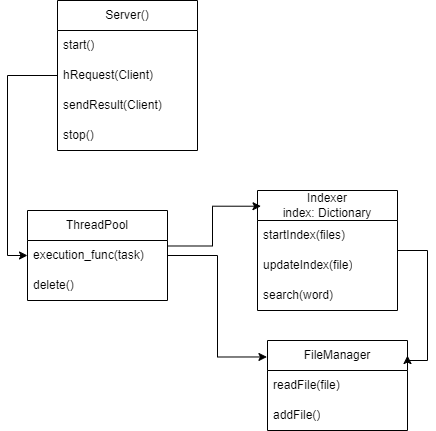
The draw.io diagram UML/class.drawio.png in AlleinaZh/coursework-pc, before a commit. Source tidied: cells renumbered, new cells last; positions are measured from the earlier drawing's top-left corner, leaving out a move shared by most shapes. The source it was exported from:
```xml
<mxGraphModel>
  <root>
    <mxCell id="0" />
    <mxCell id="1" parent="0" />
    <mxCell id="2" value="&lt;div&gt;Indexer&lt;/div&gt;&lt;div&gt;index: Dictionary&lt;/div&gt;" style="swimlane;fontStyle=0;horizontal=1;startSize=30;whiteSpace=wrap;html=1;" parent="1" vertex="1">
      <mxGeometry x="230" y="190" width="140" height="120" as="geometry" />
    </mxCell>
    <mxCell id="3" value="startIndex(files)" style="text;strokeColor=none;fillColor=none;align=left;verticalAlign=middle;spacingLeft=4;spacingRight=4;overflow=hidden;whiteSpace=wrap;html=1;" parent="2" vertex="1">
      <mxGeometry y="30" width="140" height="30" as="geometry" />
    </mxCell>
    <mxCell id="4" value="updateIndex(file)" style="text;strokeColor=none;fillColor=none;align=left;verticalAlign=middle;spacingLeft=4;spacingRight=4;overflow=hidden;whiteSpace=wrap;html=1;" parent="2" vertex="1">
      <mxGeometry y="60" width="140" height="30" as="geometry" />
    </mxCell>
    <mxCell id="5" value="search(word)" style="text;strokeColor=none;fillColor=none;align=left;verticalAlign=middle;spacingLeft=4;spacingRight=4;overflow=hidden;whiteSpace=wrap;html=1;" parent="2" vertex="1">
      <mxGeometry y="90" width="140" height="30" as="geometry" />
    </mxCell>
    <mxCell id="6" value="FileManager" style="swimlane;fontStyle=0;horizontal=1;startSize=30;whiteSpace=wrap;html=1;" parent="1" vertex="1">
      <mxGeometry x="240" y="340" width="140" height="90" as="geometry" />
    </mxCell>
    <mxCell id="7" value="readFile(file)" style="text;strokeColor=none;fillColor=none;align=left;verticalAlign=middle;spacingLeft=4;spacingRight=4;overflow=hidden;whiteSpace=wrap;html=1;" parent="6" vertex="1">
      <mxGeometry y="30" width="140" height="30" as="geometry" />
    </mxCell>
    <mxCell id="8" value="addFile()" style="text;strokeColor=none;fillColor=none;align=left;verticalAlign=middle;spacingLeft=4;spacingRight=4;overflow=hidden;whiteSpace=wrap;html=1;" parent="6" vertex="1">
      <mxGeometry y="60" width="140" height="30" as="geometry" />
    </mxCell>
    <mxCell id="9" value="ThreadPool" style="swimlane;fontStyle=0;horizontal=1;startSize=30;whiteSpace=wrap;html=1;" parent="1" vertex="1">
      <mxGeometry y="210" width="140" height="90" as="geometry" />
    </mxCell>
    <mxCell id="10" value="execution_func(task)" style="text;strokeColor=none;fillColor=none;align=left;verticalAlign=middle;spacingLeft=4;spacingRight=4;overflow=hidden;points=[[0,0.5],[1,0.5]];portConstraint=eastwest;whiteSpace=wrap;html=1;" parent="9" vertex="1">
      <mxGeometry y="30" width="140" height="30" as="geometry" />
    </mxCell>
    <mxCell id="11" value="delete()" style="text;strokeColor=none;fillColor=none;align=left;verticalAlign=middle;spacingLeft=4;spacingRight=4;overflow=hidden;whiteSpace=wrap;html=1;" parent="9" vertex="1">
      <mxGeometry y="60" width="140" height="30" as="geometry" />
    </mxCell>
    <mxCell id="12" value="Server()" style="swimlane;fontStyle=0;horizontal=1;startSize=30;whiteSpace=wrap;html=1;" parent="1" vertex="1">
      <mxGeometry x="30" width="140" height="150" as="geometry" />
    </mxCell>
    <mxCell id="13" value="start()" style="text;strokeColor=none;fillColor=none;align=left;verticalAlign=middle;spacingLeft=4;spacingRight=4;overflow=hidden;whiteSpace=wrap;html=1;" parent="12" vertex="1">
      <mxGeometry y="30" width="140" height="30" as="geometry" />
    </mxCell>
    <mxCell id="14" value="hRequest(Client)" style="text;strokeColor=none;fillColor=none;align=left;verticalAlign=middle;spacingLeft=4;spacingRight=4;overflow=hidden;points=[[0,0.5],[1,0.5]];portConstraint=eastwest;whiteSpace=wrap;html=1;" parent="12" vertex="1">
      <mxGeometry y="60" width="140" height="30" as="geometry" />
    </mxCell>
    <mxCell id="15" value="sendResult(Client)" style="text;strokeColor=none;fillColor=none;align=left;verticalAlign=middle;spacingLeft=4;spacingRight=4;overflow=hidden;whiteSpace=wrap;html=1;" parent="12" vertex="1">
      <mxGeometry y="90" width="140" height="30" as="geometry" />
    </mxCell>
    <mxCell id="16" value="stop()" style="text;strokeColor=none;fillColor=none;align=left;verticalAlign=middle;spacingLeft=4;spacingRight=4;overflow=hidden;whiteSpace=wrap;html=1;" parent="12" vertex="1">
      <mxGeometry y="120" width="140" height="30" as="geometry" />
    </mxCell>
    <mxCell id="17" style="edgeStyle=orthogonalEdgeStyle;rounded=0;jettySize=auto;html=1;entryX=0;entryY=0.5;entryDx=0;entryDy=0;" parent="1" edge="1" source="14" target="9">
      <mxGeometry relative="1" as="geometry" />
    </mxCell>
    <mxCell id="18" style="edgeStyle=orthogonalEdgeStyle;rounded=0;jettySize=auto;html=1;entryX=0.025;entryY=0.131;entryDx=0;entryDy=0;entryPerimeter=0;exitX=1.004;exitY=0.183;exitDx=0;exitDy=0;exitPerimeter=0;" parent="1" edge="1" source="10" target="2">
      <mxGeometry relative="1" as="geometry" />
    </mxCell>
    <mxCell id="19" style="edgeStyle=orthogonalEdgeStyle;rounded=0;jettySize=auto;html=1;entryX=1;entryY=0.167;entryDx=0;entryDy=0;entryPerimeter=0;" parent="1" edge="1" source="2" target="6">
      <mxGeometry relative="1" as="geometry">
        <Array as="points">
          <mxPoint x="400" y="250" />
          <mxPoint x="400" y="360" />
        </Array>
      </mxGeometry>
    </mxCell>
    <mxCell id="20" style="edgeStyle=orthogonalEdgeStyle;rounded=0;jettySize=auto;html=1;entryX=-0.004;entryY=0.183;entryDx=0;entryDy=0;entryPerimeter=0;" parent="1" edge="1" source="10" target="6">
      <mxGeometry relative="1" as="geometry" />
    </mxCell>
  </root>
</mxGraphModel>
```
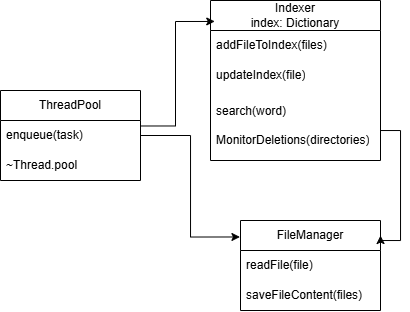
The same file after the commit.

The edit, as a diff of the source:
```diff
@@ -3,16 +3,16 @@
     <mxCell id="0" />
     <mxCell id="1" parent="0" />
     <mxCell id="2" value="&lt;div&gt;Indexer&lt;/div&gt;&lt;div&gt;index: Dictionary&lt;/div&gt;" style="swimlane;fontStyle=0;horizontal=1;startSize=30;whiteSpace=wrap;html=1;" parent="1" vertex="1">
-      <mxGeometry x="230" y="190" width="140" height="120" as="geometry" />
+      <mxGeometry x="210" y="120" width="170" height="160" as="geometry" />
     </mxCell>
-    <mxCell id="3" value="startIndex(files)" style="text;strokeColor=none;fillColor=none;align=left;verticalAlign=middle;spacingLeft=4;spacingRight=4;overflow=hidden;whiteSpace=wrap;html=1;" parent="2" vertex="1">
-      <mxGeometry y="30" width="140" height="30" as="geometry" />
+    <mxCell id="3" value="addFileToIndex(files)" style="text;strokeColor=none;fillColor=none;align=left;verticalAlign=middle;spacingLeft=4;spacingRight=4;overflow=hidden;whiteSpace=wrap;html=1;" parent="2" vertex="1">
+      <mxGeometry y="30" width="170" height="30" as="geometry" />
     </mxCell>
     <mxCell id="4" value="updateIndex(file)" style="text;strokeColor=none;fillColor=none;align=left;verticalAlign=middle;spacingLeft=4;spacingRight=4;overflow=hidden;whiteSpace=wrap;html=1;" parent="2" vertex="1">
-      <mxGeometry y="60" width="140" height="30" as="geometry" />
+      <mxGeometry y="60" width="170" height="30" as="geometry" />
     </mxCell>
-    <mxCell id="5" value="search(word)" style="text;strokeColor=none;fillColor=none;align=left;verticalAlign=middle;spacingLeft=4;spacingRight=4;overflow=hidden;whiteSpace=wrap;html=1;" parent="2" vertex="1">
-      <mxGeometry y="90" width="140" height="30" as="geometry" />
+    <mxCell id="5" value="search(word)&lt;div&gt;&lt;br&gt;&lt;div&gt;MonitorDeletions(directories)&lt;/div&gt;&lt;/div&gt;" style="text;strokeColor=none;fillColor=none;align=left;verticalAlign=middle;spacingLeft=4;spacingRight=4;overflow=hidden;whiteSpace=wrap;html=1;" parent="2" vertex="1">
+      <mxGeometry y="90" width="170" height="70" as="geometry" />
     </mxCell>
     <mxCell id="6" value="FileManager" style="swimlane;fontStyle=0;horizontal=1;startSize=30;whiteSpace=wrap;html=1;" parent="1" vertex="1">
       <mxGeometry x="240" y="340" width="140" height="90" as="geometry" />
@@ -20,36 +20,18 @@
     <mxCell id="7" value="readFile(file)" style="text;strokeColor=none;fillColor=none;align=left;verticalAlign=middle;spacingLeft=4;spacingRight=4;overflow=hidden;whiteSpace=wrap;html=1;" parent="6" vertex="1">
       <mxGeometry y="30" width="140" height="30" as="geometry" />
     </mxCell>
-    <mxCell id="8" value="addFile()" style="text;strokeColor=none;fillColor=none;align=left;verticalAlign=middle;spacingLeft=4;spacingRight=4;overflow=hidden;whiteSpace=wrap;html=1;" parent="6" vertex="1">
+    <mxCell id="8" value="saveFileContent(files)" style="text;strokeColor=none;fillColor=none;align=left;verticalAlign=middle;spacingLeft=4;spacingRight=4;overflow=hidden;whiteSpace=wrap;html=1;" parent="6" vertex="1">
       <mxGeometry y="60" width="140" height="30" as="geometry" />
     </mxCell>
     <mxCell id="9" value="ThreadPool" style="swimlane;fontStyle=0;horizontal=1;startSize=30;whiteSpace=wrap;html=1;" parent="1" vertex="1">
       <mxGeometry y="210" width="140" height="90" as="geometry" />
     </mxCell>
-    <mxCell id="10" value="execution_func(task)" style="text;strokeColor=none;fillColor=none;align=left;verticalAlign=middle;spacingLeft=4;spacingRight=4;overflow=hidden;points=[[0,0.5],[1,0.5]];portConstraint=eastwest;whiteSpace=wrap;html=1;" parent="9" vertex="1">
+    <mxCell id="10" value="enqueue(task)" style="text;strokeColor=none;fillColor=none;align=left;verticalAlign=middle;spacingLeft=4;spacingRight=4;overflow=hidden;points=[[0,0.5],[1,0.5]];portConstraint=eastwest;whiteSpace=wrap;html=1;" parent="9" vertex="1">
       <mxGeometry y="30" width="140" height="30" as="geometry" />
     </mxCell>
-    <mxCell id="11" value="delete()" style="text;strokeColor=none;fillColor=none;align=left;verticalAlign=middle;spacingLeft=4;spacingRight=4;overflow=hidden;whiteSpace=wrap;html=1;" parent="9" vertex="1">
+    <mxCell id="11" value="~Thread.pool" style="text;strokeColor=none;fillColor=none;align=left;verticalAlign=middle;spacingLeft=4;spacingRight=4;overflow=hidden;whiteSpace=wrap;html=1;" parent="9" vertex="1">
       <mxGeometry y="60" width="140" height="30" as="geometry" />
     </mxCell>
-    <mxCell id="12" value="Server()" style="swimlane;fontStyle=0;horizontal=1;startSize=30;whiteSpace=wrap;html=1;" parent="1" vertex="1">
-      <mxGeometry x="30" width="140" height="150" as="geometry" />
-    </mxCell>
-    <mxCell id="13" value="start()" style="text;strokeColor=none;fillColor=none;align=left;verticalAlign=middle;spacingLeft=4;spacingRight=4;overflow=hidden;whiteSpace=wrap;html=1;" parent="12" vertex="1">
-      <mxGeometry y="30" width="140" height="30" as="geometry" />
-    </mxCell>
-    <mxCell id="14" value="hRequest(Client)" style="text;strokeColor=none;fillColor=none;align=left;verticalAlign=middle;spacingLeft=4;spacingRight=4;overflow=hidden;points=[[0,0.5],[1,0.5]];portConstraint=eastwest;whiteSpace=wrap;html=1;" parent="12" vertex="1">
-      <mxGeometry y="60" width="140" height="30" as="geometry" />
-    </mxCell>
-    <mxCell id="15" value="sendResult(Client)" style="text;strokeColor=none;fillColor=none;align=left;verticalAlign=middle;spacingLeft=4;spacingRight=4;overflow=hidden;whiteSpace=wrap;html=1;" parent="12" vertex="1">
-      <mxGeometry y="90" width="140" height="30" as="geometry" />
-    </mxCell>
-    <mxCell id="16" value="stop()" style="text;strokeColor=none;fillColor=none;align=left;verticalAlign=middle;spacingLeft=4;spacingRight=4;overflow=hidden;whiteSpace=wrap;html=1;" parent="12" vertex="1">
-      <mxGeometry y="120" width="140" height="30" as="geometry" />
-    </mxCell>
-    <mxCell id="17" style="edgeStyle=orthogonalEdgeStyle;rounded=0;jettySize=auto;html=1;entryX=0;entryY=0.5;entryDx=0;entryDy=0;" parent="1" edge="1" source="14" target="9">
-      <mxGeometry relative="1" as="geometry" />
-    </mxCell>
     <mxCell id="18" style="edgeStyle=orthogonalEdgeStyle;rounded=0;jettySize=auto;html=1;entryX=0.025;entryY=0.131;entryDx=0;entryDy=0;entryPerimeter=0;exitX=1.004;exitY=0.183;exitDx=0;exitDy=0;exitPerimeter=0;" parent="1" edge="1" source="10" target="2">
       <mxGeometry relative="1" as="geometry" />
     </mxCell>
```
